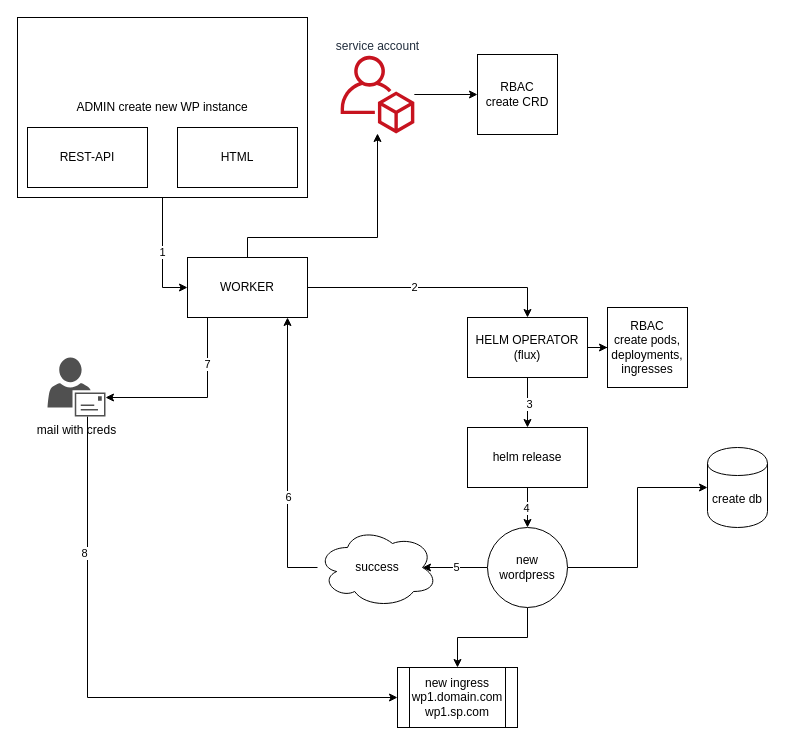
rabbitpeepers/wp-manager keeps this draw.io diagram as dia/structure.drawio. Above is the earlier version. Source tidied: cells renumbered, new cells numbered last; positions are measured from the earlier drawing's top-left corner, leaving out a move shared by most shapes. Both pictures are drawn from the tidied source at 100%, with x=0, y=0 at pixel (17, 17).
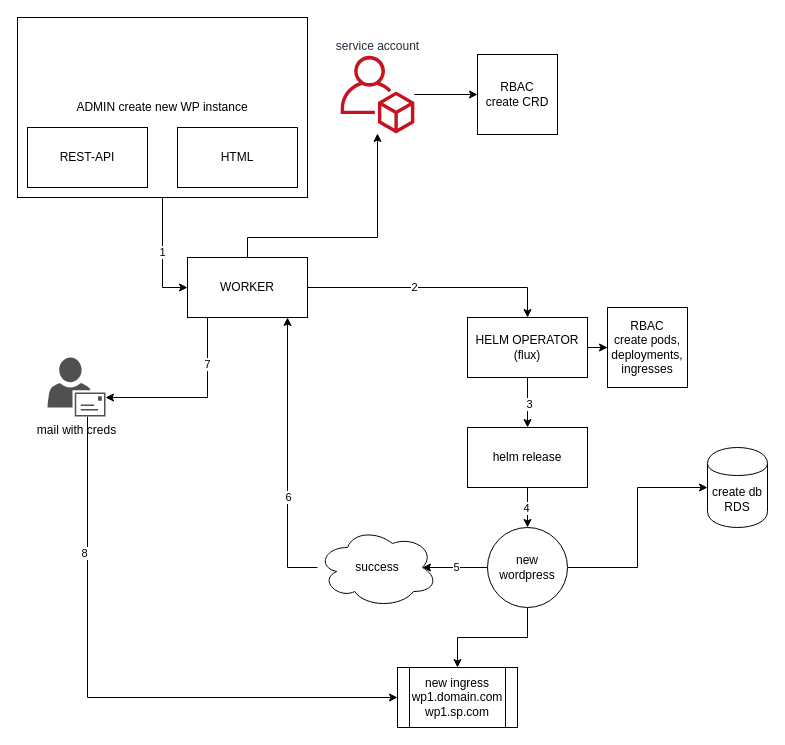
The same diagram, later.

Commit message (it also covers changes not shown here):
Udpate: structure for dia (#8)

The edit, as a diff of the source:
```diff
@@
-    <mxCell id="23" value="create db" style="shape=cylinder;whiteSpace=wrap;html=1;boundedLbl=1;backgroundOutline=1;" parent="1" vertex="1">
+    <mxCell id="23" value="create db&lt;br&gt;RDS" style="shape=cylinder;whiteSpace=wrap;html=1;boundedLbl=1;backgroundOutline=1;" parent="1" vertex="1">
       <mxGeometry x="690" y="430" width="60" height="80" as="geometry" />
     </mxCell>
```
